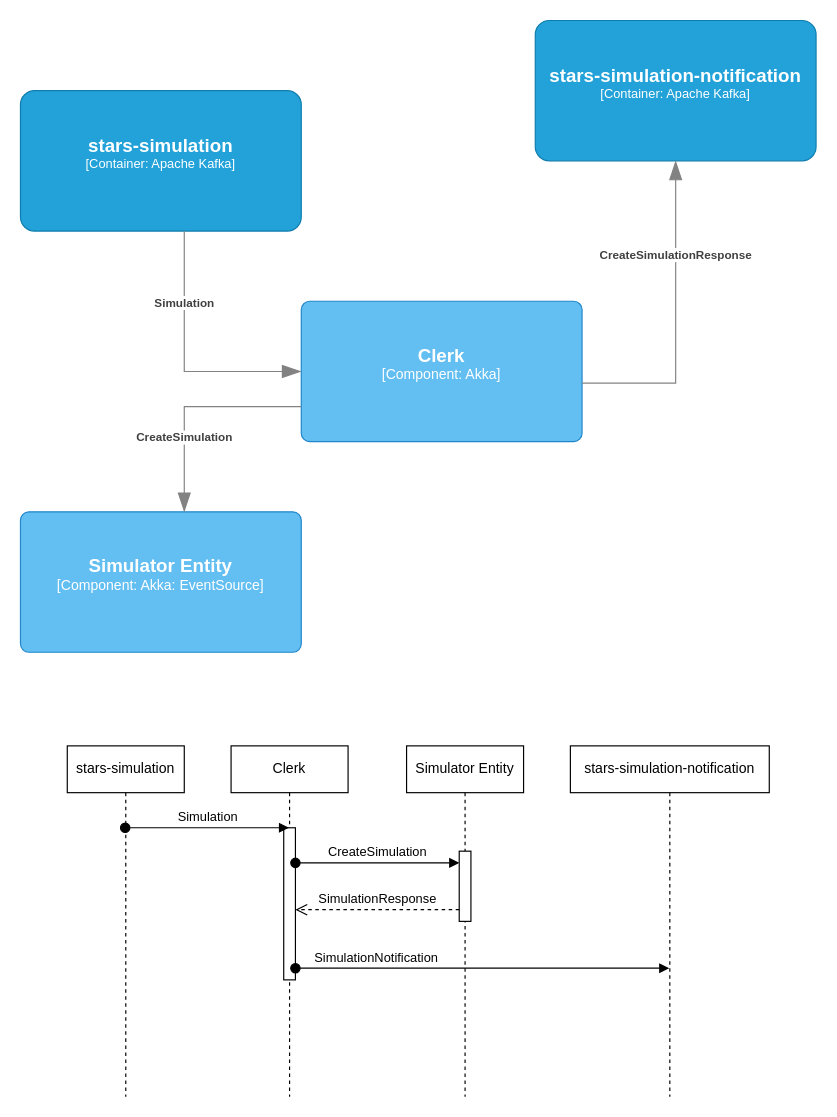
Earlier version of the draw.io diagram page "Simulator : Clerk" (3 of 5) of stars-simulator.drawio (estrondo/diagrams.net). Source tidied: cells renumbered, new cells numbered last; positions are measured from the earlier drawing's top-left corner, leaving out a move shared by most shapes. Both pictures are drawn from the tidied source at 117%, with x=0, y=0 at pixel (20, 20).
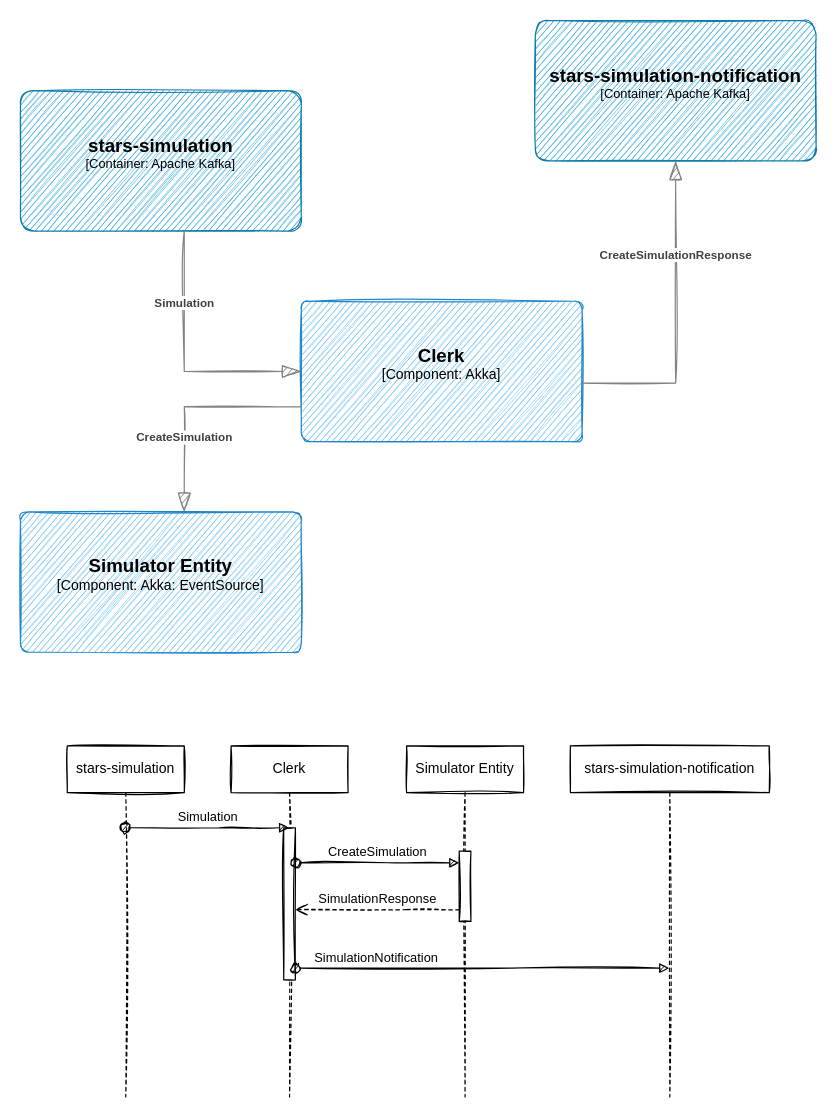
Above is the later version.

What changed in the source:
```diff
@@
     <object id="2" label="&lt;font style=&quot;font-size: 16px&quot;&gt;&lt;b&gt;%c4Name%&lt;/b&gt;&lt;/font&gt;&lt;div&gt;[%c4Type%: %c4Technology%]&lt;/div&gt;&lt;br&gt;&lt;div&gt;&lt;font style=&quot;font-size: 11px&quot;&gt;%c4Description%&lt;/font&gt;&lt;/div&gt;" c4Description="" c4Name="Clerk" c4Technology="Akka" c4Type="Component" placeholders="1">
-      <mxCell style="rounded=1;whiteSpace=wrap;html=1;labelBackgroundColor=none;fillColor=#63BEF2;fontColor=#ffffff;align=center;arcSize=6;strokeColor=#2086C9;metaData={&quot;c4Type&quot;:{&quot;editable&quot;:false}};points=[[0.25,0,0],[0.5,0,0],[0.75,0,0],[1,0.25,0],[1,0.5,0],[1,0.75,0],[0.75,1,0],[0.5,1,0],[0.25,1,0],[0,0.75,0],[0,0.5,0],[0,0.25,0]];" parent="1" vertex="1">
+      <mxCell style="rounded=1;whiteSpace=wrap;html=1;labelBackgroundColor=none;fillColor=#63BEF2;fontColor=#000000;align=center;arcSize=6;strokeColor=#2086C9;metaData={&quot;c4Type&quot;:{&quot;editable&quot;:false}};points=[[0.25,0,0],[0.5,0,0],[0.75,0,0],[1,0.25,0],[1,0.5,0],[1,0.75,0],[0.75,1,0],[0.5,1,0],[0.25,1,0],[0,0.75,0],[0,0.5,0],[0,0.25,0]];sketch=1;" parent="1" vertex="1">
         <mxGeometry x="240" y="240" width="240" height="120" as="geometry" />
       </mxCell>
     </object>
-    <object id="3" label="&lt;font style=&quot;font-size: 16px&quot;&gt;&lt;b&gt;%c4Name%&lt;/b&gt;&lt;/font&gt;&lt;div&gt;[%c4Type%: %c4Technology%]&lt;/div&gt;&lt;br&gt;&lt;div&gt;&lt;font style=&quot;font-size: 11px&quot;&gt;&lt;font color=&quot;#E6E6E6&quot;&gt;%c4Description%&lt;/font&gt;&lt;/div&gt;" c4Description="" c4Name="stars-simulation-notification" c4Technology="Apache Kafka" c4Type="Container" placeholders="1">
-      <mxCell style="rounded=1;whiteSpace=wrap;html=1;fontSize=11;labelBackgroundColor=none;fillColor=#23A2D9;fontColor=#ffffff;align=center;arcSize=10;strokeColor=#0E7DAD;metaData={&quot;c4Type&quot;:{&quot;editable&quot;:false}};points=[[0.25,0,0],[0.5,0,0],[0.75,0,0],[1,0.25,0],[1,0.5,0],[1,0.75,0],[0.75,1,0],[0.5,1,0],[0.25,1,0],[0,0.75,0],[0,0.5,0],[0,0.25,0]];" parent="1" vertex="1">
+    <object id="3" label="&lt;font style=&quot;font-size: 16px&quot;&gt;&lt;b&gt;%c4Name%&lt;/b&gt;&lt;/font&gt;&lt;div&gt;[%c4Type%: %c4Technology%]&lt;/div&gt;&lt;br&gt;&lt;div&gt;&lt;font style=&quot;font-size: 11px&quot;&gt;&lt;font&gt;%c4Description%&lt;/font&gt;&lt;/font&gt;&lt;/div&gt;" c4Description="" c4Name="stars-simulation-notification" c4Technology="Apache Kafka" c4Type="Container" placeholders="1">
+      <mxCell style="rounded=1;whiteSpace=wrap;html=1;fontSize=11;labelBackgroundColor=none;fillColor=#23A2D9;fontColor=#000000;align=center;arcSize=10;strokeColor=#0E7DAD;metaData={&quot;c4Type&quot;:{&quot;editable&quot;:false}};points=[[0.25,0,0],[0.5,0,0],[0.75,0,0],[1,0.25,0],[1,0.5,0],[1,0.75,0],[0.75,1,0],[0.5,1,0],[0.25,1,0],[0,0.75,0],[0,0.5,0],[0,0.25,0]];sketch=1;" parent="1" vertex="1">
         <mxGeometry x="440" width="240" height="120" as="geometry" />
       </mxCell>
     </object>
-    <object id="4" label="&lt;font style=&quot;font-size: 16px&quot;&gt;&lt;b&gt;%c4Name%&lt;/b&gt;&lt;/font&gt;&lt;div&gt;[%c4Type%: %c4Technology%]&lt;/div&gt;&lt;br&gt;&lt;div&gt;&lt;font style=&quot;font-size: 11px&quot;&gt;&lt;font color=&quot;#E6E6E6&quot;&gt;%c4Description%&lt;/font&gt;&lt;/div&gt;" c4Description="" c4Name="stars-simulation" c4Technology="Apache Kafka" c4Type="Container" placeholders="1">
-      <mxCell style="rounded=1;whiteSpace=wrap;html=1;fontSize=11;labelBackgroundColor=none;fillColor=#23A2D9;fontColor=#ffffff;align=center;arcSize=10;strokeColor=#0E7DAD;metaData={&quot;c4Type&quot;:{&quot;editable&quot;:false}};points=[[0.25,0,0],[0.5,0,0],[0.75,0,0],[1,0.25,0],[1,0.5,0],[1,0.75,0],[0.75,1,0],[0.5,1,0],[0.25,1,0],[0,0.75,0],[0,0.5,0],[0,0.25,0]];" parent="1" vertex="1">
+    <object id="4" label="&lt;font style=&quot;font-size: 16px&quot;&gt;&lt;b&gt;%c4Name%&lt;/b&gt;&lt;/font&gt;&lt;div&gt;[%c4Type%: %c4Technology%]&lt;/div&gt;&lt;br&gt;&lt;div&gt;&lt;font style=&quot;font-size: 11px&quot;&gt;&lt;font&gt;%c4Description%&lt;/font&gt;&lt;/font&gt;&lt;/div&gt;" c4Description="" c4Name="stars-simulation" c4Technology="Apache Kafka" c4Type="Container" placeholders="1">
+      <mxCell style="rounded=1;whiteSpace=wrap;html=1;fontSize=11;labelBackgroundColor=none;fillColor=#23A2D9;fontColor=#000000;align=center;arcSize=10;strokeColor=#0E7DAD;metaData={&quot;c4Type&quot;:{&quot;editable&quot;:false}};points=[[0.25,0,0],[0.5,0,0],[0.75,0,0],[1,0.25,0],[1,0.5,0],[1,0.75,0],[0.75,1,0],[0.5,1,0],[0.25,1,0],[0,0.75,0],[0,0.5,0],[0,0.25,0]];sketch=1;" parent="1" vertex="1">
         <mxGeometry y="60" width="240" height="120" as="geometry" />
       </mxCell>
     </object>
     <object id="5" label="&lt;div style=&quot;text-align: left&quot;&gt;&lt;div style=&quot;text-align: center&quot;&gt;&lt;b&gt;%c4Description%&lt;/b&gt;&lt;/div&gt;&lt;/div&gt;" c4Description="Simulation" placeholders="1">
-      <mxCell style="endArrow=blockThin;html=1;fontSize=10;fontColor=#404040;strokeWidth=1;endFill=1;strokeColor=#828282;elbow=vertical;endSize=14;startSize=14;jumpStyle=arc;jumpSize=16;rounded=0;edgeStyle=orthogonalEdgeStyle;labelBackgroundColor=default;" parent="1" edge="1" source="4" target="2">
+      <mxCell style="endArrow=blockThin;html=1;fontSize=10;fontColor=#404040;strokeWidth=1;endFill=1;strokeColor=#828282;elbow=vertical;endSize=14;startSize=14;jumpStyle=arc;jumpSize=16;rounded=0;edgeStyle=orthogonalEdgeStyle;labelBackgroundColor=default;sketch=1;" parent="1" edge="1" source="4" target="2">
         <mxGeometry x="-0.45" relative="1" as="geometry">
           <Array as="points">
             <mxPoint x="140" y="300" />
           </Array>
         </mxGeometry>
       </mxCell>
     </object>
     <object id="6" label="&lt;font style=&quot;font-size: 16px&quot;&gt;&lt;b&gt;%c4Name%&lt;/b&gt;&lt;/font&gt;&lt;div&gt;[%c4Type%: %c4Technology%]&lt;/div&gt;&lt;br&gt;&lt;div&gt;&lt;font style=&quot;font-size: 11px&quot;&gt;%c4Description%&lt;/font&gt;&lt;/div&gt;" c4Description="" c4Name="Simulator Entity" c4Technology="Akka: EventSource" c4Type="Component" placeholders="1">
-      <mxCell style="rounded=1;whiteSpace=wrap;html=1;labelBackgroundColor=none;fillColor=#63BEF2;fontColor=#ffffff;align=center;arcSize=6;strokeColor=#2086C9;metaData={&quot;c4Type&quot;:{&quot;editable&quot;:false}};points=[[0.25,0,0],[0.5,0,0],[0.75,0,0],[1,0.25,0],[1,0.5,0],[1,0.75,0],[0.75,1,0],[0.5,1,0],[0.25,1,0],[0,0.75,0],[0,0.5,0],[0,0.25,0]];" parent="1" vertex="1">
+      <mxCell style="rounded=1;whiteSpace=wrap;html=1;labelBackgroundColor=none;fillColor=#63BEF2;fontColor=#000000;align=center;arcSize=6;strokeColor=#2086C9;metaData={&quot;c4Type&quot;:{&quot;editable&quot;:false}};points=[[0.25,0,0],[0.5,0,0],[0.75,0,0],[1,0.25,0],[1,0.5,0],[1,0.75,0],[0.75,1,0],[0.5,1,0],[0.25,1,0],[0,0.75,0],[0,0.5,0],[0,0.25,0]];sketch=1;shadow=0;glass=0;" parent="1" vertex="1">
         <mxGeometry y="420" width="240" height="120" as="geometry" />
       </mxCell>
     </object>
     <object id="7" label="&lt;div style=&quot;text-align: left&quot;&gt;&lt;div style=&quot;text-align: center&quot;&gt;&lt;b&gt;%c4Description%&lt;/b&gt;&lt;/div&gt;&lt;/div&gt;" c4Description="CreateSimulation" placeholders="1">
-      <mxCell style="endArrow=blockThin;html=1;fontSize=10;fontColor=#404040;strokeWidth=1;endFill=1;strokeColor=#828282;elbow=vertical;endSize=14;startSize=14;jumpStyle=arc;jumpSize=16;rounded=0;edgeStyle=orthogonalEdgeStyle;labelBackgroundColor=default;" parent="1" edge="1" source="2" target="6">
+      <mxCell style="endArrow=blockThin;html=1;fontSize=10;fontColor=#404040;strokeWidth=1;endFill=1;strokeColor=#828282;elbow=vertical;endSize=14;startSize=14;jumpStyle=arc;jumpSize=16;rounded=0;edgeStyle=orthogonalEdgeStyle;labelBackgroundColor=default;sketch=1;" parent="1" edge="1" source="2" target="6">
         <mxGeometry x="0.33" relative="1" as="geometry">
           <Array as="points">
             <mxPoint x="140" y="330" />
           </Array>
         </mxGeometry>
       </mxCell>
     </object>
     <object id="8" label="&lt;div style=&quot;text-align: left&quot;&gt;&lt;div style=&quot;text-align: center&quot;&gt;&lt;b&gt;%c4Description%&lt;/b&gt;&lt;/div&gt;&lt;/div&gt;" c4Description="CreateSimulationResponse" placeholders="1">
-      <mxCell style="endArrow=blockThin;html=1;fontSize=10;fontColor=#404040;strokeWidth=1;endFill=1;strokeColor=#828282;elbow=vertical;endSize=14;startSize=14;jumpStyle=arc;jumpSize=16;rounded=0;edgeStyle=orthogonalEdgeStyle;labelBackgroundColor=default;" parent="1" edge="1" source="2" target="3">
+      <mxCell style="endArrow=blockThin;html=1;fontSize=10;fontColor=#404040;strokeWidth=1;endFill=1;strokeColor=#828282;elbow=vertical;endSize=14;startSize=14;jumpStyle=arc;jumpSize=16;rounded=0;edgeStyle=orthogonalEdgeStyle;labelBackgroundColor=default;sketch=1;" parent="1" edge="1" source="2" target="3">
         <mxGeometry x="0.41" relative="1" as="geometry">
           <Array as="points">
             <mxPoint x="560" y="310" />
           </Array>
         </mxGeometry>
       </mxCell>
     </object>
-    <mxCell id="9" value="stars-simulation" style="shape=umlLifeline;perimeter=lifelinePerimeter;whiteSpace=wrap;html=1;outlineConnect=0;labelBackgroundColor=default;fontColor=default;fillColor=#FFFFFF;strokeColor=default;" parent="1" vertex="1">
+    <mxCell id="9" value="stars-simulation" style="shape=umlLifeline;perimeter=lifelinePerimeter;whiteSpace=wrap;html=1;outlineConnect=0;labelBackgroundColor=default;fontColor=default;fillColor=#FFFFFF;strokeColor=default;sketch=1;" parent="1" vertex="1">
       <mxGeometry x="40" y="620" width="100" height="300" as="geometry" />
     </mxCell>
-    <mxCell id="10" value="&lt;div&gt;Clerk&lt;/div&gt;" style="shape=umlLifeline;perimeter=lifelinePerimeter;whiteSpace=wrap;html=1;outlineConnect=0;labelBackgroundColor=default;fontColor=default;fillColor=#FFFFFF;strokeColor=default;" parent="1" vertex="1">
+    <mxCell id="10" value="&lt;div&gt;Clerk&lt;/div&gt;" style="shape=umlLifeline;perimeter=lifelinePerimeter;whiteSpace=wrap;html=1;outlineConnect=0;labelBackgroundColor=default;fontColor=default;fillColor=#FFFFFF;strokeColor=default;sketch=1;" parent="1" vertex="1">
       <mxGeometry x="180" y="620" width="100" height="300" as="geometry" />
     </mxCell>
-    <mxCell id="11" style="html=1;points=[];perimeter=orthogonalPerimeter;labelBackgroundColor=default;fontColor=default;strokeColor=default;fillColor=#FFFFFF;" parent="10" vertex="1">
+    <mxCell id="11" style="html=1;points=[];perimeter=orthogonalPerimeter;labelBackgroundColor=default;fontColor=default;strokeColor=default;fillColor=#FFFFFF;sketch=1;" parent="10" vertex="1">
       <mxGeometry x="45" y="70" width="10" height="130" as="geometry" />
     </mxCell>
-    <mxCell id="12" value="Simulator Entity" style="shape=umlLifeline;perimeter=lifelinePerimeter;whiteSpace=wrap;html=1;labelBackgroundColor=default;fontColor=default;fillColor=#FFFFFF;strokeColor=default;" parent="1" vertex="1">
+    <mxCell id="12" value="Simulator Entity" style="shape=umlLifeline;perimeter=lifelinePerimeter;whiteSpace=wrap;html=1;labelBackgroundColor=default;fontColor=default;fillColor=#FFFFFF;strokeColor=default;sketch=1;" parent="1" vertex="1">
       <mxGeometry x="330" y="620" width="100" height="300" as="geometry" />
     </mxCell>
-    <mxCell id="13" style="html=1;points=[];perimeter=orthogonalPerimeter;labelBackgroundColor=default;fontColor=default;strokeColor=default;fillColor=#FFFFFF;" parent="12" vertex="1">
+    <mxCell id="13" style="html=1;points=[];perimeter=orthogonalPerimeter;labelBackgroundColor=default;fontColor=default;strokeColor=default;fillColor=#FFFFFF;sketch=1;" parent="12" vertex="1">
       <mxGeometry x="45" y="90" width="10" height="60" as="geometry" />
     </mxCell>
-    <mxCell id="14" value="stars-simulation-notification" style="shape=umlLifeline;perimeter=lifelinePerimeter;whiteSpace=wrap;html=1;outlineConnect=0;labelBackgroundColor=default;fontColor=default;fillColor=#FFFFFF;strokeColor=default;" parent="1" vertex="1">
+    <mxCell id="14" value="stars-simulation-notification" style="shape=umlLifeline;perimeter=lifelinePerimeter;whiteSpace=wrap;html=1;outlineConnect=0;labelBackgroundColor=default;fontColor=default;fillColor=#FFFFFF;strokeColor=default;sketch=1;" parent="1" vertex="1">
       <mxGeometry x="470" y="620" width="170" height="300" as="geometry" />
     </mxCell>
-    <mxCell id="15" value="SimulationResponse" style="html=1;verticalAlign=bottom;endArrow=open;dashed=1;endSize=8;rounded=0;labelBackgroundColor=default;fontColor=default;strokeColor=default;" parent="1" edge="1" source="13" target="11">
+    <mxCell id="15" value="SimulationResponse" style="html=1;verticalAlign=bottom;endArrow=open;dashed=1;endSize=8;rounded=0;labelBackgroundColor=default;fontColor=default;strokeColor=default;sketch=1;" parent="1" edge="1" source="13" target="11">
       <mxGeometry relative="1" as="geometry">
         <Array as="points">
           <mxPoint x="330" y="760" />
         </Array>
       </mxGeometry>
     </mxCell>
-    <mxCell id="16" value="SimulationNotification" style="html=1;verticalAlign=bottom;startArrow=oval;endArrow=block;startSize=8;rounded=0;labelBackgroundColor=default;fontColor=default;strokeColor=default;" parent="1" edge="1" source="11" target="14">
+    <mxCell id="16" value="SimulationNotification" style="html=1;verticalAlign=bottom;startArrow=oval;endArrow=block;startSize=8;rounded=0;labelBackgroundColor=default;fontColor=default;strokeColor=default;sketch=1;" parent="1" edge="1" source="11" target="14">
       <mxGeometry x="-0.57" relative="1" as="geometry">
         <Array as="points">
           <mxPoint x="420" y="810" />
         </Array>
       </mxGeometry>
     </mxCell>
-    <mxCell id="17" value="Simulation" style="html=1;verticalAlign=bottom;startArrow=oval;endArrow=block;startSize=8;rounded=0;labelBackgroundColor=default;fontColor=default;strokeColor=default;" parent="1" edge="1" source="9" target="10">
+    <mxCell id="17" value="Simulation" style="html=1;verticalAlign=bottom;startArrow=oval;endArrow=block;startSize=8;rounded=0;labelBackgroundColor=default;fontColor=default;strokeColor=default;sketch=1;" parent="1" edge="1" source="9" target="10">
       <mxGeometry relative="1" as="geometry">
         <Array as="points">
           <mxPoint x="170" y="690" />
         </Array>
       </mxGeometry>
     </mxCell>
-    <mxCell id="18" value="CreateSimulation" style="html=1;verticalAlign=bottom;startArrow=oval;endArrow=block;startSize=8;rounded=0;labelBackgroundColor=default;fontColor=default;strokeColor=default;" parent="1" edge="1" source="11" target="13">
+    <mxCell id="18" value="CreateSimulation" style="html=1;verticalAlign=bottom;startArrow=oval;endArrow=block;startSize=8;rounded=0;labelBackgroundColor=default;fontColor=default;strokeColor=default;sketch=1;" parent="1" edge="1" source="11" target="13">
       <mxGeometry relative="1" as="geometry">
         <Array as="points">
           <mxPoint x="320" y="720" />
         </Array>
       </mxGeometry>
     </mxCell>
```
